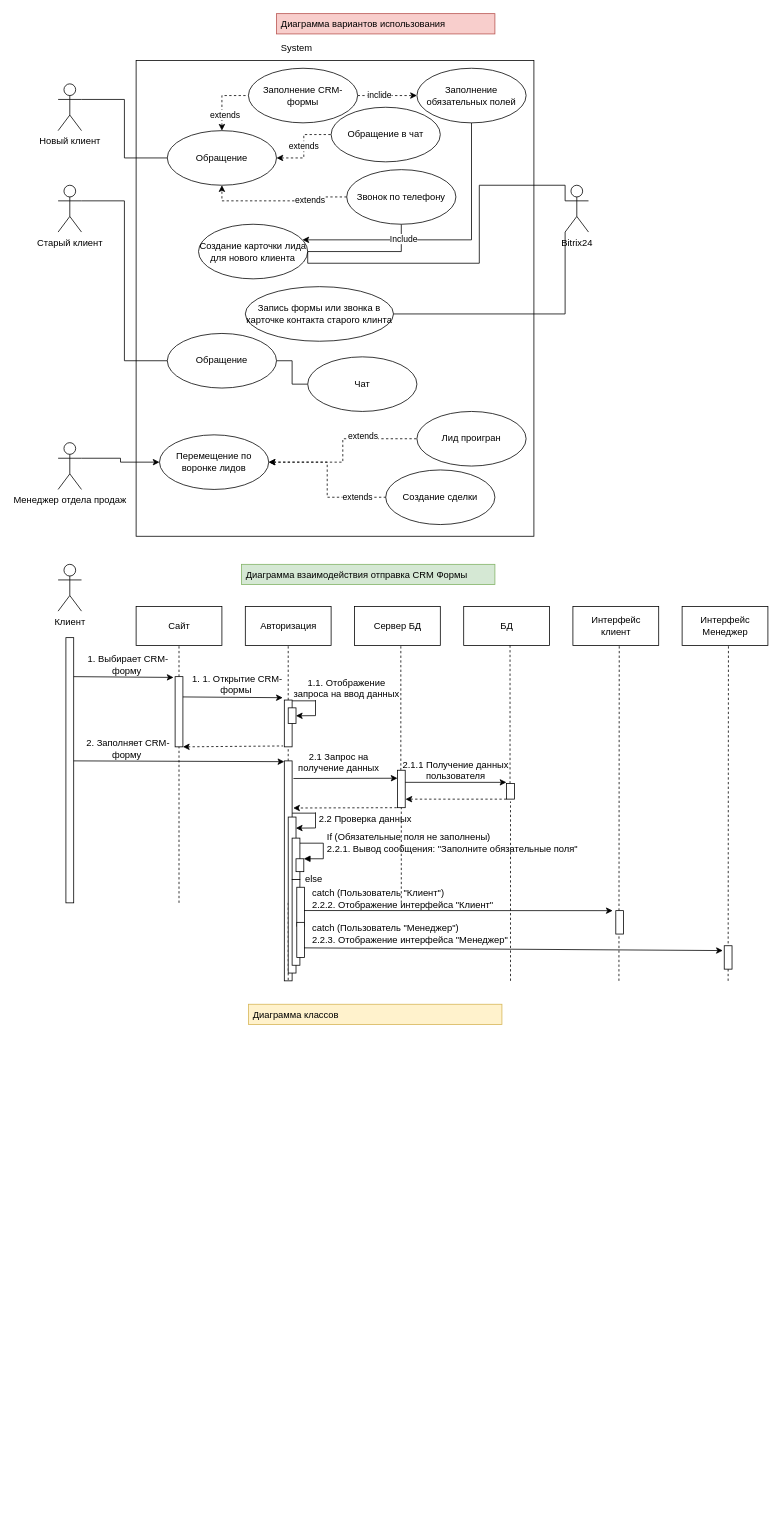
Before: UML.drawio in A2ZLawyer/ooplesson1, a draw.io diagram. Source tidied: cells renumbered, new cells numbered last; positions are measured from the earlier drawing's top-left corner, leaving out a move shared by most shapes. Both pictures are drawn from the tidied source at 78%, with x=0, y=0 at pixel (58, 13).
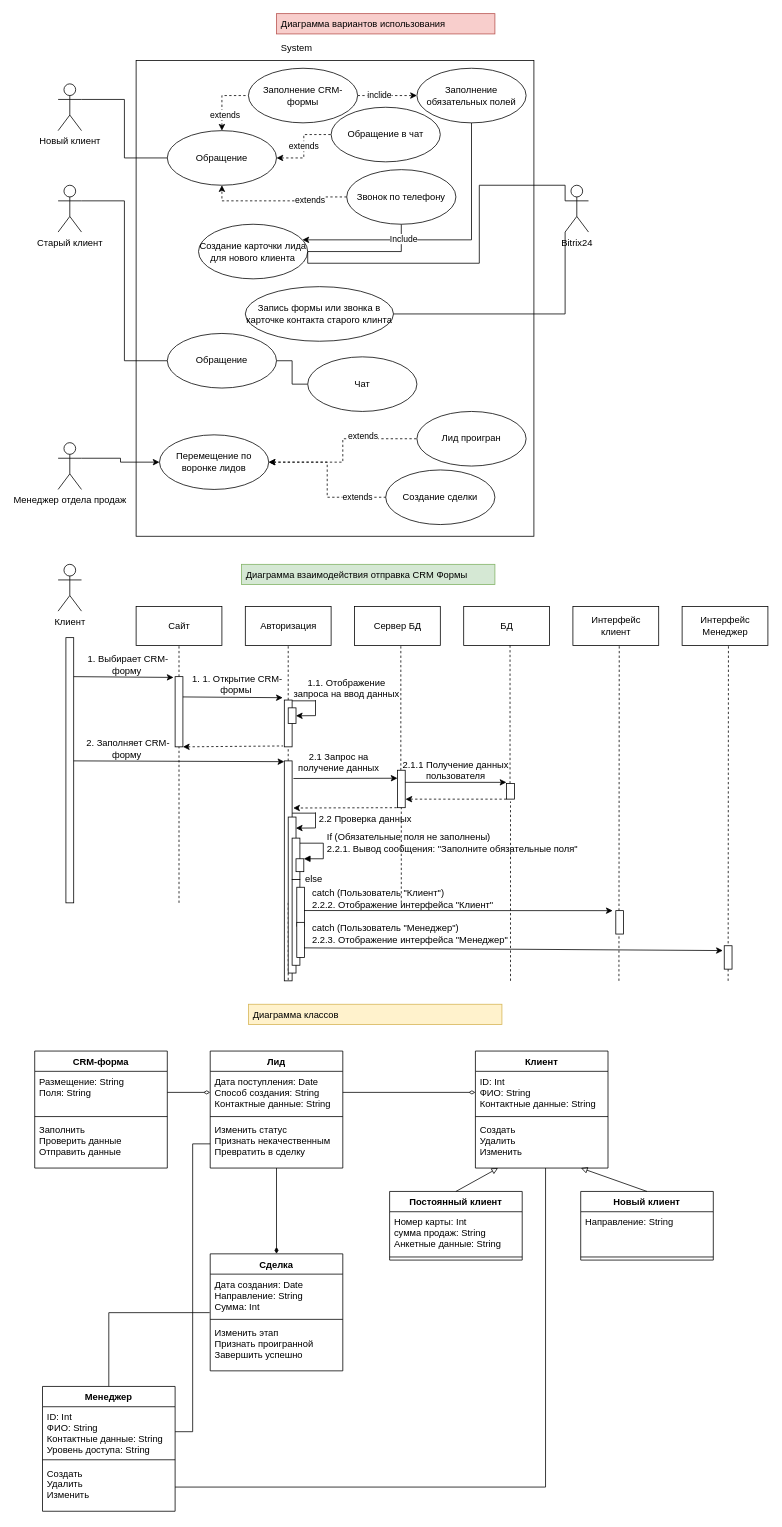
The same diagram, later.

Change to the diagram source:
```diff
@@
+    <mxCell id="104" value="Лид" style="swimlane;fontStyle=1;align=center;verticalAlign=top;horizontal=1;startSize=26;fillStyle=solid;fillColor=default;gradientColor=none;" parent="1" vertex="1">
+      <mxGeometry x="195" y="1330" width="170" height="150" as="geometry" />
+    </mxCell>
+    <mxCell id="105" value="Дата поступления: Date&#10;Способ создания: String&#10;Контактные данные: String" style="text;strokeColor=none;fillColor=none;align=left;verticalAlign=top;spacingLeft=4;spacingRight=4;overflow=hidden;points=[[0,0.5],[1,0.5]];portConstraint=eastwest;fillStyle=solid;" parent="104" vertex="1">
+      <mxGeometry y="26" width="170" height="54" as="geometry" />
+    </mxCell>
+    <mxCell id="106" style="line;strokeWidth=1;fillColor=none;align=left;verticalAlign=middle;spacingTop=-1;spacingLeft=3;spacingRight=3;labelPosition=right;fillStyle=solid;" parent="104" vertex="1">
+      <mxGeometry y="80" width="170" height="8" as="geometry" />
+    </mxCell>
+    <mxCell id="107" value="Изменить статус&#10;Признать некачественным&#10;Превратить в сделку" style="text;strokeColor=none;fillColor=none;align=left;verticalAlign=top;spacingLeft=4;spacingRight=4;overflow=hidden;points=[[0,0.5],[1,0.5]];portConstraint=eastwest;fillStyle=solid;" parent="104" vertex="1">
+      <mxGeometry y="88" width="170" height="62" as="geometry" />
+    </mxCell>
+    <mxCell id="108" value="Клиент" style="swimlane;fontStyle=1;align=center;verticalAlign=top;horizontal=1;startSize=26;fillStyle=solid;fillColor=default;gradientColor=none;" parent="1" vertex="1">
+      <mxGeometry x="535" y="1330" width="170" height="150" as="geometry" />
+    </mxCell>
+    <mxCell id="109" value="ID: Int&#10;ФИО: String&#10;Контактные данные: String" style="text;strokeColor=none;fillColor=none;align=left;verticalAlign=top;spacingLeft=4;spacingRight=4;overflow=hidden;points=[[0,0.5],[1,0.5]];portConstraint=eastwest;fillStyle=solid;" parent="108" vertex="1">
+      <mxGeometry y="26" width="170" height="54" as="geometry" />
+    </mxCell>
+    <mxCell id="110" style="line;strokeWidth=1;fillColor=none;align=left;verticalAlign=middle;spacingTop=-1;spacingLeft=3;spacingRight=3;labelPosition=right;fillStyle=solid;" parent="108" vertex="1">
+      <mxGeometry y="80" width="170" height="8" as="geometry" />
+    </mxCell>
+    <mxCell id="111" value="Создать&#10;Удалить&#10;Изменить" style="text;strokeColor=none;fillColor=none;align=left;verticalAlign=top;spacingLeft=4;spacingRight=4;overflow=hidden;points=[[0,0.5],[1,0.5]];portConstraint=eastwest;fillStyle=solid;" parent="108" vertex="1">
+      <mxGeometry y="88" width="170" height="62" as="geometry" />
+    </mxCell>
+    <mxCell id="112" style="endArrow=diamondThin;html=1;rounded=0;exitX=1;exitY=0.5;exitDx=0;exitDy=0;entryX=0;entryY=0.5;entryDx=0;entryDy=0;strokeColor=#050505;endFill=0;fillColor=#e1d5e7;" parent="1" edge="1" source="105" target="109">
+      <mxGeometry relative="1" as="geometry" />
+    </mxCell>
+    <mxCell id="113" style="endArrow=diamondThin;html=1;rounded=0;exitX=1;exitY=0.5;exitDx=0;exitDy=0;strokeColor=#050505;endFill=1;fillColor=#e1d5e7;" parent="1" edge="1">
+      <mxGeometry relative="1" as="geometry">
+        <mxPoint x="280" y="1480" as="sourcePoint" />
+        <mxPoint x="280" y="1590" as="targetPoint" />
+      </mxGeometry>
+    </mxCell>
+    <mxCell id="114" value="Сделка" style="swimlane;fontStyle=1;align=center;verticalAlign=top;horizontal=1;startSize=26;fillStyle=solid;fillColor=default;gradientColor=none;" parent="1" vertex="1">
+      <mxGeometry x="195" y="1590" width="170" height="150" as="geometry" />
+    </mxCell>
+    <mxCell id="115" value="Дата создания: Date&#10;Направление: String&#10;Сумма: Int" style="text;strokeColor=none;fillColor=none;align=left;verticalAlign=top;spacingLeft=4;spacingRight=4;overflow=hidden;points=[[0,0.5],[1,0.5]];portConstraint=eastwest;fillStyle=solid;" parent="114" vertex="1">
+      <mxGeometry y="26" width="170" height="54" as="geometry" />
+    </mxCell>
+    <mxCell id="116" style="line;strokeWidth=1;fillColor=none;align=left;verticalAlign=middle;spacingTop=-1;spacingLeft=3;spacingRight=3;labelPosition=right;fillStyle=solid;" parent="114" vertex="1">
+      <mxGeometry y="80" width="170" height="8" as="geometry" />
+    </mxCell>
+    <mxCell id="117" value="Изменить этап&#10;Признать проигранной&#10;Завершить успешно" style="text;strokeColor=none;fillColor=none;align=left;verticalAlign=top;spacingLeft=4;spacingRight=4;overflow=hidden;fillStyle=solid;" parent="114" vertex="1">
+      <mxGeometry y="88" width="170" height="62" as="geometry" />
+    </mxCell>
+    <mxCell id="118" value="Постоянный клиент" style="swimlane;fontStyle=1;align=center;verticalAlign=top;horizontal=1;startSize=26;fillStyle=solid;fillColor=default;gradientColor=none;" parent="1" vertex="1">
+      <mxGeometry x="425" y="1510" width="170" height="88" as="geometry" />
+    </mxCell>
+    <mxCell id="119" value="Номер карты: Int&#10;сумма продаж: String&#10;Анкетные данные: String" style="text;strokeColor=none;fillColor=none;align=left;verticalAlign=top;spacingLeft=4;spacingRight=4;overflow=hidden;fillStyle=solid;" parent="118" vertex="1">
+      <mxGeometry y="26" width="170" height="54" as="geometry" />
+    </mxCell>
+    <mxCell id="120" style="line;strokeWidth=1;fillColor=none;align=left;verticalAlign=middle;spacingTop=-1;spacingLeft=3;spacingRight=3;labelPosition=right;fillStyle=solid;" parent="118" vertex="1">
+      <mxGeometry y="80" width="170" height="8" as="geometry" />
+    </mxCell>
+    <mxCell id="121" value="Новый клиент" style="swimlane;fontStyle=1;align=center;verticalAlign=top;horizontal=1;startSize=26;fillStyle=solid;fillColor=default;gradientColor=none;" parent="1" vertex="1">
+      <mxGeometry x="670" y="1510" width="170" height="88" as="geometry" />
+    </mxCell>
+    <mxCell id="122" value="Направление: String" style="text;strokeColor=none;fillColor=none;align=left;verticalAlign=top;spacingLeft=4;spacingRight=4;overflow=hidden;fillStyle=solid;" parent="121" vertex="1">
+      <mxGeometry y="26" width="170" height="54" as="geometry" />
+    </mxCell>
+    <mxCell id="123" style="line;strokeWidth=1;fillColor=none;align=left;verticalAlign=middle;spacingTop=-1;spacingLeft=3;spacingRight=3;labelPosition=right;fillStyle=solid;" parent="121" vertex="1">
+      <mxGeometry y="80" width="170" height="8" as="geometry" />
+    </mxCell>
+    <mxCell id="124" value="CRM-форма" style="swimlane;fontStyle=1;align=center;verticalAlign=top;horizontal=1;startSize=26;fillStyle=solid;fillColor=default;gradientColor=none;" parent="1" vertex="1">
+      <mxGeometry x="-30" y="1330" width="170" height="150" as="geometry" />
+    </mxCell>
+    <mxCell id="125" value="Размещение: String&#10;Поля: String" style="text;strokeColor=none;fillColor=none;align=left;verticalAlign=top;spacingLeft=4;spacingRight=4;overflow=hidden;points=[[0,0.5],[1,0.5]];portConstraint=eastwest;fillStyle=solid;" parent="124" vertex="1">
+      <mxGeometry y="26" width="170" height="54" as="geometry" />
+    </mxCell>
+    <mxCell id="126" style="line;strokeWidth=1;fillColor=none;align=left;verticalAlign=middle;spacingTop=-1;spacingLeft=3;spacingRight=3;labelPosition=right;fillStyle=solid;" parent="124" vertex="1">
+      <mxGeometry y="80" width="170" height="8" as="geometry" />
+    </mxCell>
+    <mxCell id="127" value="Заполнить&#10;Проверить данные&#10;Отправить данные" style="text;strokeColor=none;fillColor=none;align=left;verticalAlign=top;spacingLeft=4;spacingRight=4;overflow=hidden;fillStyle=solid;" parent="124" vertex="1">
+      <mxGeometry y="88" width="170" height="62" as="geometry" />
+    </mxCell>
+    <mxCell id="128" style="endArrow=diamondThin;html=1;rounded=0;exitX=1;exitY=0.5;exitDx=0;exitDy=0;strokeColor=#050505;endFill=0;fillColor=#e1d5e7;entryX=0;entryY=0.5;entryDx=0;entryDy=0;" parent="1" edge="1" source="125" target="105">
+      <mxGeometry relative="1" as="geometry" />
+    </mxCell>
+    <mxCell id="129" style="endArrow=block;html=1;rounded=0;strokeColor=#050505;exitX=0.5;exitY=0;exitDx=0;exitDy=0;endFill=0;" parent="1" edge="1" source="118" target="111">
+      <mxGeometry relative="1" as="geometry" />
+    </mxCell>
+    <mxCell id="130" style="endArrow=block;html=1;rounded=0;strokeColor=#050505;exitX=0.5;exitY=0;exitDx=0;exitDy=0;endFill=0;entryX=0.796;entryY=1;entryDx=0;entryDy=0;entryPerimeter=0;" parent="1" edge="1" source="121" target="111">
+      <mxGeometry relative="1" as="geometry" />
+    </mxCell>
+    <mxCell id="131" style="edgeStyle=orthogonalEdgeStyle;rounded=0;jettySize=auto;html=1;exitX=0.5;exitY=0;exitDx=0;exitDy=0;entryX=-0.004;entryY=0.914;entryDx=0;entryDy=0;entryPerimeter=0;startArrow=none;startFill=0;endArrow=none;endFill=0;strokeColor=#050505;" parent="1" edge="1" source="132" target="115">
+      <mxGeometry relative="1" as="geometry" />
+    </mxCell>
+    <mxCell id="132" value="Менеджер" style="swimlane;fontStyle=1;align=center;verticalAlign=top;horizontal=1;startSize=26;fillStyle=solid;fillColor=default;gradientColor=none;" parent="1" vertex="1">
+      <mxGeometry x="-20" y="1760" width="170" height="160" as="geometry" />
+    </mxCell>
+    <mxCell id="133" value="ID: Int&#10;ФИО: String&#10;Контактные данные: String&#10;Уровень доступа: String&#10;" style="text;strokeColor=none;fillColor=none;align=left;verticalAlign=top;spacingLeft=4;spacingRight=4;overflow=hidden;points=[[0,0.5],[1,0.5]];portConstraint=eastwest;fillStyle=solid;" parent="132" vertex="1">
+      <mxGeometry y="26" width="170" height="64" as="geometry" />
+    </mxCell>
+    <mxCell id="134" style="line;strokeWidth=1;fillColor=none;align=left;verticalAlign=middle;spacingTop=-1;spacingLeft=3;spacingRight=3;labelPosition=right;fillStyle=solid;" parent="132" vertex="1">
+      <mxGeometry y="90" width="170" height="8" as="geometry" />
+    </mxCell>
+    <mxCell id="135" value="Создать&#10;Удалить&#10;Изменить" style="text;strokeColor=none;fillColor=none;align=left;verticalAlign=top;spacingLeft=4;spacingRight=4;overflow=hidden;points=[[0,0.5],[1,0.5]];portConstraint=eastwest;fillStyle=solid;" parent="132" vertex="1">
+      <mxGeometry y="98" width="170" height="62" as="geometry" />
+    </mxCell>
+    <mxCell id="136" style="edgeStyle=orthogonalEdgeStyle;rounded=0;jettySize=auto;html=1;exitX=1;exitY=0.5;exitDx=0;exitDy=0;entryX=0;entryY=0.5;entryDx=0;entryDy=0;startArrow=none;startFill=0;endArrow=none;endFill=0;strokeColor=#050505;" parent="1" edge="1" source="133" target="107">
+      <mxGeometry relative="1" as="geometry" />
+    </mxCell>
+    <mxCell id="137" style="edgeStyle=orthogonalEdgeStyle;rounded=0;jettySize=auto;html=1;exitX=1;exitY=0.5;exitDx=0;exitDy=0;entryX=0.529;entryY=1;entryDx=0;entryDy=0;entryPerimeter=0;startArrow=none;startFill=0;endArrow=none;endFill=0;strokeColor=#050505;" parent="1" edge="1" source="135" target="111">
+      <mxGeometry relative="1" as="geometry" />
+    </mxCell>
```
